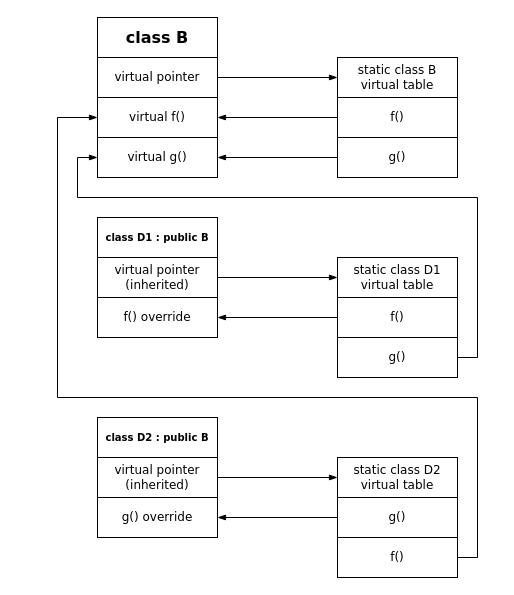
This is projects/examples/source/section_03/virtual_tables.drawio from i-s-m-mipt/Education, a draw.io file, before an edit. Source tidied: cells renumbered, new cells numbered last; positions are measured from the earlier drawing's top-left corner, leaving out a move shared by most shapes. Both pictures are drawn from the tidied source at 100%, with x=0, y=0 at pixel (57, 17).
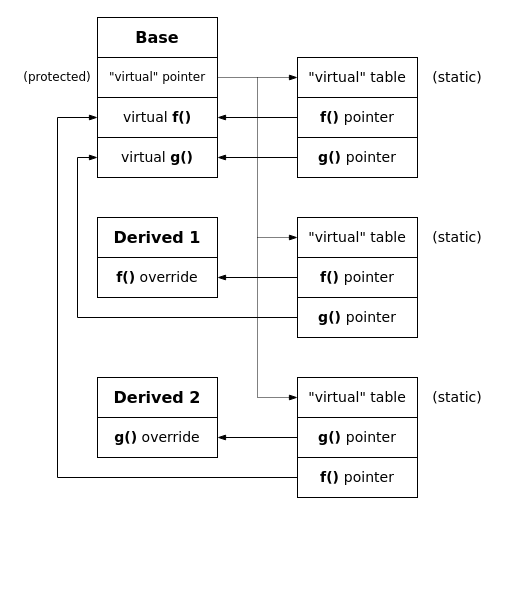
The same page after the edit.

Commit message (it also covers changes not shown here):
Доработана схема virtual_tables.

What changed in the source:
```diff
@@
-    <mxCell id="2" value="&lt;b&gt;&lt;font face=&quot;Verdana&quot; style=&quot;font-size: 16px;&quot;&gt;class B&lt;/font&gt;&lt;/b&gt;" style="rounded=0;whiteSpace=wrap;html=1;" parent="1" vertex="1">
+    <mxCell id="2" value="&lt;b&gt;&lt;font face=&quot;Verdana&quot; style=&quot;font-size: 16px;&quot;&gt;Base&lt;/font&gt;&lt;/b&gt;" style="rounded=0;whiteSpace=wrap;html=1;" parent="1" vertex="1">
       <mxGeometry x="40" width="120" height="40" as="geometry" />
     </mxCell>
-    <mxCell id="3" value="&lt;font face=&quot;Verdana&quot;&gt;virtual pointer&lt;/font&gt;" style="rounded=0;whiteSpace=wrap;html=1;" parent="1" vertex="1">
+    <mxCell id="3" value="&lt;font face=&quot;Verdana&quot;&gt;&quot;virtual&quot; pointer&lt;/font&gt;" style="rounded=0;whiteSpace=wrap;html=1;" parent="1" vertex="1">
       <mxGeometry x="40" y="40" width="120" height="40" as="geometry" />
     </mxCell>
-    <mxCell id="4" value="&lt;font face=&quot;Verdana&quot;&gt;virtual f()&lt;/font&gt;" style="rounded=0;whiteSpace=wrap;html=1;" parent="1" vertex="1">
+    <mxCell id="4" value="&lt;font style=&quot;font-size: 14px;&quot; face=&quot;Verdana&quot;&gt;virtual &lt;b&gt;f()&lt;/b&gt;&lt;/font&gt;" style="rounded=0;whiteSpace=wrap;html=1;" parent="1" vertex="1">
       <mxGeometry x="40" y="80" width="120" height="40" as="geometry" />
     </mxCell>
-    <mxCell id="5" value="&lt;font face=&quot;Verdana&quot;&gt;virtual g()&lt;/font&gt;" style="rounded=0;whiteSpace=wrap;html=1;" parent="1" vertex="1">
+    <mxCell id="5" value="&lt;font style=&quot;font-size: 14px;&quot; face=&quot;Verdana&quot;&gt;virtual &lt;b&gt;g()&lt;/b&gt;&lt;/font&gt;" style="rounded=0;whiteSpace=wrap;html=1;" parent="1" vertex="1">
       <mxGeometry x="40" y="120" width="120" height="40" as="geometry" />
     </mxCell>
-    <mxCell id="6" value="&lt;b&gt;&lt;font face=&quot;Verdana&quot; style=&quot;font-size: 10px;&quot;&gt;class D1 : public B&lt;/font&gt;&lt;/b&gt;" style="rounded=0;whiteSpace=wrap;html=1;" parent="1" vertex="1">
+    <mxCell id="6" value="&lt;b&gt;&lt;font face=&quot;Verdana&quot; style=&quot;font-size: 16px;&quot;&gt;Derived 1&lt;/font&gt;&lt;/b&gt;" style="rounded=0;whiteSpace=wrap;html=1;" parent="1" vertex="1">
       <mxGeometry x="40" y="200" width="120" height="40" as="geometry" />
     </mxCell>
-    <mxCell id="7" value="&lt;font face=&quot;Verdana&quot;&gt;virtual pointer (inherited)&lt;/font&gt;" style="rounded=0;whiteSpace=wrap;html=1;" parent="1" vertex="1">
-      <mxGeometry x="40" y="240" width="120" height="40" as="geometry" />
-    </mxCell>
-    <mxCell id="8" value="&lt;font face=&quot;Verdana&quot;&gt;f() override&lt;/font&gt;" style="rounded=0;whiteSpace=wrap;html=1;" parent="1" vertex="1">
-      <mxGeometry x="40" y="280" width="120" height="40" as="geometry" />
+    <mxCell id="8" value="&lt;font style=&quot;font-size: 14px;&quot; face=&quot;Verdana&quot;&gt;&lt;b&gt;f()&lt;/b&gt; override&lt;/font&gt;" style="rounded=0;whiteSpace=wrap;html=1;" parent="1" vertex="1">
+      <mxGeometry x="40" y="240" width="120" height="40" as="geometry" />
     </mxCell>
-    <mxCell id="9" value="&lt;b&gt;&lt;font face=&quot;Verdana&quot; style=&quot;font-size: 10px;&quot;&gt;class D2 : public B&lt;/font&gt;&lt;/b&gt;" style="rounded=0;whiteSpace=wrap;html=1;" parent="1" vertex="1">
-      <mxGeometry x="40" y="400" width="120" height="40" as="geometry" />
+    <mxCell id="9" value="&lt;b&gt;&lt;font style=&quot;font-size: 16px;&quot; face=&quot;Verdana&quot;&gt;Derived 2&lt;/font&gt;&lt;/b&gt;" style="rounded=0;whiteSpace=wrap;html=1;" parent="1" vertex="1">
+      <mxGeometry x="40" y="360" width="120" height="40" as="geometry" />
     </mxCell>
-    <mxCell id="10" value="&lt;font face=&quot;Verdana&quot;&gt;virtual pointer (inherited)&lt;/font&gt;" style="rounded=0;whiteSpace=wrap;html=1;" parent="1" vertex="1">
-      <mxGeometry x="40" y="440" width="120" height="40" as="geometry" />
-    </mxCell>
-    <mxCell id="11" value="&lt;font face=&quot;Verdana&quot;&gt;g() override&lt;/font&gt;" style="rounded=0;whiteSpace=wrap;html=1;" parent="1" vertex="1">
-      <mxGeometry x="40" y="480" width="120" height="40" as="geometry" />
+    <mxCell id="11" value="&lt;font style=&quot;font-size: 14px;&quot; face=&quot;Verdana&quot;&gt;&lt;b&gt;g()&lt;/b&gt; override&lt;/font&gt;" style="rounded=0;whiteSpace=wrap;html=1;" parent="1" vertex="1">
+      <mxGeometry x="40" y="400" width="120" height="40" as="geometry" />
     </mxCell>
-    <mxCell id="12" value="&lt;font face=&quot;Verdana&quot;&gt;static class B virtual table&lt;/font&gt;" style="rounded=0;whiteSpace=wrap;html=1;" parent="1" vertex="1">
-      <mxGeometry x="280" y="40" width="120" height="40" as="geometry" />
+    <mxCell id="12" value="&lt;font style=&quot;font-size: 14px;&quot;&gt;&lt;span style=&quot;font-family: Verdana;&quot;&gt;&quot;virtual&quot;&lt;/span&gt;&lt;font style=&quot;font-size: 14px;&quot; face=&quot;Verdana&quot;&gt;&amp;nbsp;table&lt;/font&gt;&lt;/font&gt;" style="rounded=0;whiteSpace=wrap;html=1;" parent="1" vertex="1">
+      <mxGeometry x="240" y="40" width="120" height="40" as="geometry" />
     </mxCell>
-    <mxCell id="13" value="&lt;font face=&quot;Verdana&quot;&gt;f()&lt;/font&gt;" style="rounded=0;whiteSpace=wrap;html=1;" parent="1" vertex="1">
-      <mxGeometry x="280" y="80" width="120" height="40" as="geometry" />
+    <mxCell id="13" value="&lt;font size=&quot;1&quot; face=&quot;Verdana&quot;&gt;&lt;b style=&quot;font-size: 14px;&quot;&gt;f() &lt;/b&gt;&lt;span style=&quot;font-size: 14px;&quot;&gt;pointer&lt;/span&gt;&lt;/font&gt;" style="rounded=0;whiteSpace=wrap;html=1;" parent="1" vertex="1">
+      <mxGeometry x="240" y="80" width="120" height="40" as="geometry" />
     </mxCell>
-    <mxCell id="14" value="&lt;font face=&quot;Verdana&quot;&gt;g()&lt;/font&gt;" style="rounded=0;whiteSpace=wrap;html=1;" parent="1" vertex="1">
-      <mxGeometry x="280" y="120" width="120" height="40" as="geometry" />
+    <mxCell id="14" value="&lt;font size=&quot;1&quot; face=&quot;Verdana&quot;&gt;&lt;b style=&quot;font-size: 14px;&quot;&gt;g()&lt;/b&gt;&lt;/font&gt;&lt;b style=&quot;font-family: Verdana; font-size: 14px;&quot;&gt;&amp;nbsp;&lt;/b&gt;&lt;span style=&quot;font-family: Verdana; font-size: 14px;&quot;&gt;pointer&lt;/span&gt;" style="rounded=0;whiteSpace=wrap;html=1;" parent="1" vertex="1">
+      <mxGeometry x="240" y="120" width="120" height="40" as="geometry" />
     </mxCell>
-    <mxCell id="15" style="endArrow=blockThin;html=1;rounded=0;exitX=1;exitY=0.5;exitDx=0;exitDy=0;entryX=0;entryY=0.5;entryDx=0;entryDy=0;endFill=1;" parent="1" edge="1" source="3" target="12">
+    <mxCell id="15" style="endArrow=blockThin;html=1;rounded=0;exitX=1;exitY=0.5;exitDx=0;exitDy=0;entryX=0;entryY=0.5;entryDx=0;entryDy=0;endFill=1;dashed=1;dashPattern=1 1;" parent="1" edge="1" source="3" target="12">
       <mxGeometry relative="1" as="geometry" />
     </mxCell>
@@
-    <mxCell id="18" value="&lt;font face=&quot;Verdana&quot;&gt;static class D1 virtual table&lt;/font&gt;" style="rounded=0;whiteSpace=wrap;html=1;" parent="1" vertex="1">
-      <mxGeometry x="280" y="240" width="120" height="40" as="geometry" />
+    <mxCell id="18" value="&lt;font style=&quot;font-size: 14px;&quot;&gt;&lt;span style=&quot;font-family: Verdana;&quot;&gt;&quot;virtual&quot;&lt;/span&gt;&lt;font style=&quot;font-size: 14px;&quot; face=&quot;Verdana&quot;&gt;&amp;nbsp;table&lt;/font&gt;&lt;/font&gt;" style="rounded=0;whiteSpace=wrap;html=1;" parent="1" vertex="1">
+      <mxGeometry x="240" y="200" width="120" height="40" as="geometry" />
     </mxCell>
-    <mxCell id="19" value="&lt;font face=&quot;Verdana&quot;&gt;f()&lt;/font&gt;" style="rounded=0;whiteSpace=wrap;html=1;" parent="1" vertex="1">
-      <mxGeometry x="280" y="280" width="120" height="40" as="geometry" />
+    <mxCell id="19" value="&lt;font size=&quot;1&quot; face=&quot;Verdana&quot;&gt;&lt;b style=&quot;font-size: 14px;&quot;&gt;f()&lt;/b&gt;&lt;/font&gt;&lt;b style=&quot;font-family: Verdana; font-size: 14px;&quot;&gt;&amp;nbsp;&lt;/b&gt;&lt;span style=&quot;font-family: Verdana; font-size: 14px;&quot;&gt;pointer&lt;/span&gt;" style="rounded=0;whiteSpace=wrap;html=1;" parent="1" vertex="1">
+      <mxGeometry x="240" y="240" width="120" height="40" as="geometry" />
     </mxCell>
-    <mxCell id="20" value="&lt;font face=&quot;Verdana&quot;&gt;g()&lt;/font&gt;" style="rounded=0;whiteSpace=wrap;html=1;" parent="1" vertex="1">
-      <mxGeometry x="280" y="320" width="120" height="40" as="geometry" />
+    <mxCell id="20" value="&lt;font size=&quot;1&quot; face=&quot;Verdana&quot;&gt;&lt;b style=&quot;font-size: 14px;&quot;&gt;g()&lt;/b&gt;&lt;/font&gt;&lt;b style=&quot;font-family: Verdana; font-size: 14px;&quot;&gt;&amp;nbsp;&lt;/b&gt;&lt;span style=&quot;font-family: Verdana; font-size: 14px;&quot;&gt;pointer&lt;/span&gt;" style="rounded=0;whiteSpace=wrap;html=1;" parent="1" vertex="1">
+      <mxGeometry x="240" y="280" width="120" height="40" as="geometry" />
     </mxCell>
-    <mxCell id="21" value="&lt;font face=&quot;Verdana&quot;&gt;static class D2 virtual table&lt;/font&gt;" style="rounded=0;whiteSpace=wrap;html=1;" parent="1" vertex="1">
-      <mxGeometry x="280" y="440" width="120" height="40" as="geometry" />
+    <mxCell id="21" value="&lt;font style=&quot;font-size: 14px;&quot;&gt;&lt;span style=&quot;font-family: Verdana;&quot;&gt;&quot;virtual&quot;&lt;/span&gt;&lt;font style=&quot;font-size: 14px;&quot; face=&quot;Verdana&quot;&gt;&amp;nbsp;table&lt;/font&gt;&lt;/font&gt;" style="rounded=0;whiteSpace=wrap;html=1;" parent="1" vertex="1">
+      <mxGeometry x="240" y="360" width="120" height="40" as="geometry" />
     </mxCell>
-    <mxCell id="22" value="&lt;font face=&quot;Verdana&quot;&gt;g()&lt;/font&gt;" style="rounded=0;whiteSpace=wrap;html=1;" parent="1" vertex="1">
-      <mxGeometry x="280" y="480" width="120" height="40" as="geometry" />
+    <mxCell id="22" value="&lt;font size=&quot;1&quot; face=&quot;Verdana&quot;&gt;&lt;b style=&quot;font-size: 14px;&quot;&gt;g()&lt;/b&gt;&lt;/font&gt;&lt;b style=&quot;font-family: Verdana; font-size: 14px;&quot;&gt;&amp;nbsp;&lt;/b&gt;&lt;span style=&quot;font-family: Verdana; font-size: 14px;&quot;&gt;pointer&lt;/span&gt;" style="rounded=0;whiteSpace=wrap;html=1;" parent="1" vertex="1">
+      <mxGeometry x="240" y="400" width="120" height="40" as="geometry" />
     </mxCell>
-    <mxCell id="23" value="&lt;font face=&quot;Verdana&quot;&gt;f()&lt;/font&gt;" style="rounded=0;whiteSpace=wrap;html=1;" parent="1" vertex="1">
-      <mxGeometry x="280" y="520" width="120" height="40" as="geometry" />
+    <mxCell id="23" value="&lt;font size=&quot;1&quot; face=&quot;Verdana&quot;&gt;&lt;b style=&quot;font-size: 14px;&quot;&gt;f()&lt;/b&gt;&lt;/font&gt;&lt;b style=&quot;font-family: Verdana; font-size: 14px;&quot;&gt;&amp;nbsp;&lt;/b&gt;&lt;span style=&quot;font-family: Verdana; font-size: 14px;&quot;&gt;pointer&lt;/span&gt;" style="rounded=0;whiteSpace=wrap;html=1;" parent="1" vertex="1">
+      <mxGeometry x="240" y="440" width="120" height="40" as="geometry" />
     </mxCell>
@@
-    <mxCell id="26" style="endArrow=blockThin;html=1;rounded=0;exitX=1;exitY=0.5;exitDx=0;exitDy=0;entryX=0;entryY=0.5;entryDx=0;entryDy=0;endFill=1;" parent="1" edge="1" source="10" target="21">
-      <mxGeometry relative="1" as="geometry" />
-    </mxCell>
-    <mxCell id="27" style="endArrow=blockThin;html=1;rounded=0;exitX=1;exitY=0.5;exitDx=0;exitDy=0;entryX=0;entryY=0.5;entryDx=0;entryDy=0;endFill=1;" parent="1" edge="1" source="7" target="18">
-      <mxGeometry relative="1" as="geometry" />
-    </mxCell>
+    <mxCell id="30" style="endArrow=blockThin;html=1;rounded=0;entryX=0;entryY=0.5;entryDx=0;entryDy=0;endFill=1;dashed=1;dashPattern=1 1;" parent="1" edge="1" target="18">
+      <mxGeometry relative="1" as="geometry">
+        <mxPoint x="200" y="220" as="sourcePoint" />
+        <Array as="points">
+          <mxPoint x="240" y="220" />
+        </Array>
+      </mxGeometry>
+    </mxCell>
+    <mxCell id="31" style="endArrow=blockThin;html=1;rounded=0;endFill=1;dashed=1;dashPattern=1 1;entryX=0;entryY=0.5;entryDx=0;entryDy=0;" parent="1" edge="1" target="21">
+      <mxGeometry relative="1" as="geometry">
+        <mxPoint x="200" y="60" as="sourcePoint" />
+        <Array as="points">
+          <mxPoint x="200" y="380" />
+        </Array>
+      </mxGeometry>
+    </mxCell>
+    <mxCell id="32" value="&lt;font style=&quot;font-size: 12px;&quot; face=&quot;Verdana&quot;&gt;(protected)&lt;/font&gt;" style="text;html=1;align=center;verticalAlign=middle;whiteSpace=wrap;rounded=0;" parent="1" vertex="1">
+      <mxGeometry x="-40" y="40" width="80" height="40" as="geometry" />
+    </mxCell>
+    <mxCell id="33" value="&lt;font style=&quot;font-size: 14px;&quot; face=&quot;Verdana&quot;&gt;(static)&lt;/font&gt;" style="text;html=1;align=center;verticalAlign=middle;whiteSpace=wrap;rounded=0;" parent="1" vertex="1">
+      <mxGeometry x="360" y="40" width="80" height="40" as="geometry" />
+    </mxCell>
-    <mxCell id="28" style="endArrow=blockThin;html=1;rounded=0;exitX=1;exitY=0.5;exitDx=0;exitDy=0;entryX=0;entryY=0.5;entryDx=0;entryDy=0;endFill=1;" parent="1" edge="1" source="20" target="5">
+    <mxCell id="28" style="endArrow=blockThin;html=1;rounded=0;exitX=0;exitY=0.5;exitDx=0;exitDy=0;entryX=0;entryY=0.5;entryDx=0;entryDy=0;endFill=1;" parent="1" edge="1" source="20" target="5">
       <mxGeometry relative="1" as="geometry">
         <Array as="points">
-          <mxPoint x="420" y="340" />
-          <mxPoint x="420" y="180" />
-          <mxPoint x="20" y="180" />
+          <mxPoint x="20" y="300" />
           <mxPoint x="20" y="140" />
         </Array>
       </mxGeometry>
     </mxCell>
-    <mxCell id="29" style="endArrow=blockThin;html=1;rounded=0;exitX=1;exitY=0.5;exitDx=0;exitDy=0;entryX=0;entryY=0.5;entryDx=0;entryDy=0;endFill=1;" parent="1" edge="1" source="23" target="4">
+    <mxCell id="29" style="endArrow=blockThin;html=1;rounded=0;exitX=0;exitY=0.5;exitDx=0;exitDy=0;entryX=0;entryY=0.5;entryDx=0;entryDy=0;endFill=1;" parent="1" edge="1" source="23" target="4">
       <mxGeometry relative="1" as="geometry">
         <Array as="points">
-          <mxPoint x="420" y="540" />
-          <mxPoint x="420" y="380" />
-          <mxPoint y="380" />
+          <mxPoint y="460" />
           <mxPoint y="100" />
         </Array>
       </mxGeometry>
     </mxCell>
+    <mxCell id="34" value="&lt;font style=&quot;font-size: 14px;&quot; face=&quot;Verdana&quot;&gt;(static)&lt;/font&gt;" style="text;html=1;align=center;verticalAlign=middle;whiteSpace=wrap;rounded=0;" parent="1" vertex="1">
+      <mxGeometry x="360" y="200" width="80" height="40" as="geometry" />
+    </mxCell>
+    <mxCell id="35" value="&lt;font style=&quot;font-size: 14px;&quot; face=&quot;Verdana&quot;&gt;(static)&lt;/font&gt;" style="text;html=1;align=center;verticalAlign=middle;whiteSpace=wrap;rounded=0;" parent="1" vertex="1">
+      <mxGeometry x="360" y="360" width="80" height="40" as="geometry" />
+    </mxCell>
```
